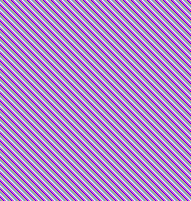
The draw.io diagram Rota Thomas - 9 - Classe Frazione/UML_ClassFrazione.png in thomasrota/Rota-Thomas---9---Classe-Frazione, before a commit. Source tidied: cells renumbered, new cells last; positions are measured from the earlier drawing's top-left corner, leaving out a move shared by most shapes.
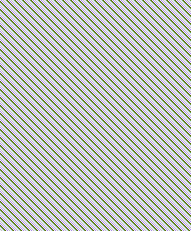
The same diagram one commit later.

Commit message:
<costruttore copia, metodo clone>

Change to the diagram source:
```diff
@@ -2,8 +2,8 @@
   <root>
     <mxCell id="0" />
     <mxCell id="1" parent="0" />
-    <mxCell id="2" value="&lt;p style=&quot;margin:0px;margin-top:4px;text-align:center;&quot;&gt;&lt;i&gt;Frazione&lt;/i&gt;&lt;/p&gt;&lt;hr size=&quot;1&quot;&gt;&lt;p style=&quot;margin:0px;margin-left:4px;&quot;&gt;- numeratore: int&lt;br&gt;- denominatore: int&lt;/p&gt;&lt;hr size=&quot;1&quot;&gt;&lt;p style=&quot;margin:0px;margin-left:4px;&quot;&gt;+ Frazione()&lt;br&gt;+ Semplifica(): void&lt;/p&gt;&lt;p style=&quot;margin:0px;margin-left:4px;&quot;&gt;+ Somma(int n, int d): void&lt;/p&gt;&lt;p style=&quot;margin:0px;margin-left:4px;&quot;&gt;+ Sottrai(int n, int d): void&lt;/p&gt;&lt;p style=&quot;margin:0px;margin-left:4px;&quot;&gt;+ Moltiplica(int n, int d): void&lt;/p&gt;&lt;p style=&quot;margin:0px;margin-left:4px;&quot;&gt;+ Dividi(int n, int d): void&lt;/p&gt;&lt;p style=&quot;margin:0px;margin-left:4px;&quot;&gt;+ Semplifica(): void&lt;/p&gt;&lt;p style=&quot;margin:0px;margin-left:4px;&quot;&gt;- MCD(int n1, int n2): int&lt;br&gt;&lt;/p&gt;" style="verticalAlign=top;align=left;overflow=fill;fontSize=12;fontFamily=Helvetica;html=1;whiteSpace=wrap;" parent="1" vertex="1">
-      <mxGeometry width="190" height="200" as="geometry" />
+    <mxCell id="2" value="&lt;p style=&quot;margin:0px;margin-top:4px;text-align:center;&quot;&gt;&lt;i&gt;Frazione&lt;/i&gt;&lt;/p&gt;&lt;hr size=&quot;1&quot;&gt;&lt;p style=&quot;margin:0px;margin-left:4px;&quot;&gt;- numeratore: int&lt;br&gt;- denominatore: int&lt;/p&gt;&lt;hr size=&quot;1&quot;&gt;&lt;p style=&quot;margin:0px;margin-left:4px;&quot;&gt;+ Frazione()&lt;/p&gt;&lt;p style=&quot;margin:0px;margin-left:4px;&quot;&gt;+ Frazione (Frazione f)&lt;br&gt;&lt;/p&gt;&lt;p style=&quot;margin:0px;margin-left:4px;&quot;&gt;+ Semplifica(): void&lt;/p&gt;&lt;p style=&quot;margin:0px;margin-left:4px;&quot;&gt;+ Somma(int n, int d): void&lt;/p&gt;&lt;p style=&quot;margin:0px;margin-left:4px;&quot;&gt;+ Sottrai(int n, int d): void&lt;/p&gt;&lt;p style=&quot;margin:0px;margin-left:4px;&quot;&gt;+ Moltiplica(int n, int d): void&lt;/p&gt;&lt;p style=&quot;margin:0px;margin-left:4px;&quot;&gt;+ Dividi(int n, int d): void&lt;/p&gt;&lt;p style=&quot;margin:0px;margin-left:4px;&quot;&gt;+ Semplifica(): void&lt;/p&gt;&lt;p style=&quot;margin:0px;margin-left:4px;&quot;&gt;- MCD(int n1, int n2): int&lt;/p&gt;&lt;p style=&quot;margin:0px;margin-left:4px;&quot;&gt;+ Clone(): object&lt;br&gt;&lt;/p&gt;" style="verticalAlign=top;align=left;overflow=fill;fontSize=12;fontFamily=Helvetica;html=1;whiteSpace=wrap;" parent="1" vertex="1">
+      <mxGeometry width="190" height="230" as="geometry" />
     </mxCell>
   </root>
 </mxGraphModel>
```
